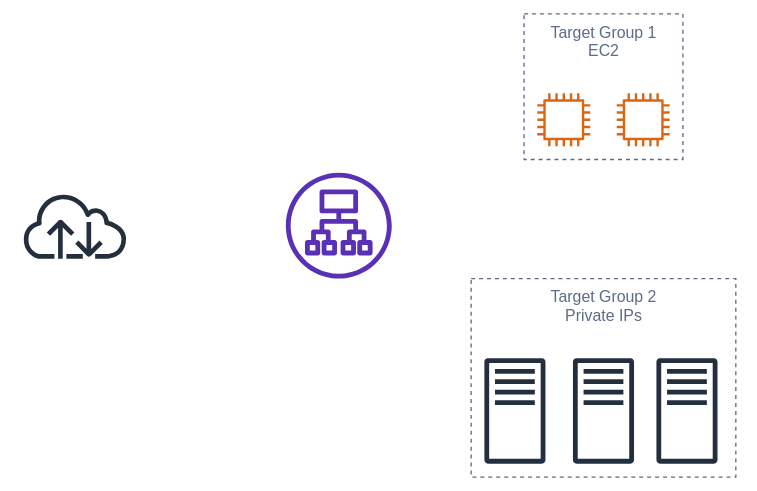
The draw.io diagram AWS/Untitled Diagram.svg in alexanderoneill/Obsidian, before a commit. Source tidied: cells renumbered, new cells last; positions are measured from the earlier drawing's top-left corner, leaving out a move shared by most shapes.
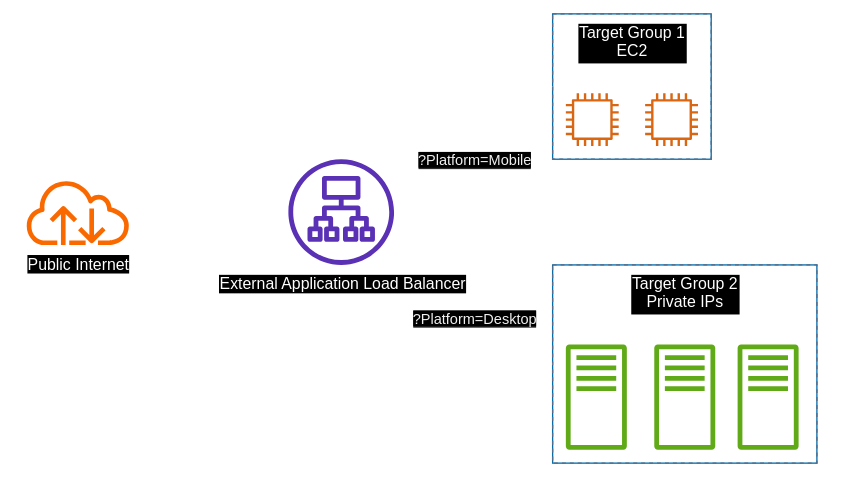
After the commit.

Commit message:
vault backup: 15.08.2023 - 09:28:43

Change to the diagram source:
```diff
@@ -2,35 +2,47 @@
   <root>
     <mxCell id="0" />
     <mxCell id="1" parent="0" />
-    <mxCell id="2" style="outlineConnect=0;fontColor=#232F3E;gradientColor=none;fillColor=#5A30B5;strokeColor=none;dashed=0;verticalLabelPosition=bottom;verticalAlign=top;align=center;html=1;fontSize=12;fontStyle=0;shape=mxgraph.aws4.application_load_balancer;" parent="1" vertex="1">
+    <mxCell id="2" value="&lt;font color=&quot;#ffffff&quot; style=&quot;background-color: rgb(0 , 0 , 0)&quot;&gt;External Application Load Balancer&lt;/font&gt;" style="outlineConnect=0;fontColor=#232F3E;gradientColor=none;fillColor=#5A30B5;strokeColor=none;dashed=0;verticalLabelPosition=bottom;verticalAlign=top;align=center;html=1;fontSize=12;fontStyle=0;shape=mxgraph.aws4.application_load_balancer;" parent="1" vertex="1">
       <mxGeometry x="200" y="120" width="80" height="80" as="geometry" />
     </mxCell>
-    <mxCell id="3" style="outlineConnect=0;fontColor=#232F3E;gradientColor=none;fillColor=#232F3E;strokeColor=none;dashed=0;verticalLabelPosition=bottom;verticalAlign=top;align=center;html=1;fontSize=12;fontStyle=0;shape=mxgraph.aws4.internet;" parent="1" vertex="1">
+    <mxCell id="3" value="&lt;font color=&quot;#ffffff&quot; style=&quot;background-color: rgb(0 , 0 , 0)&quot;&gt;Public Internet&lt;/font&gt;" style="outlineConnect=0;fontColor=#000000;fillColor=#fa6800;strokeColor=#C73500;dashed=0;verticalLabelPosition=bottom;verticalAlign=top;align=center;html=1;fontSize=12;fontStyle=0;shape=mxgraph.aws4.internet;" parent="1" vertex="1">
       <mxGeometry y="135" width="81.2" height="50" as="geometry" />
     </mxCell>
+    <mxCell id="8" style="group;strokeColor=#006EAF;fontColor=#ffffff;" parent="1" vertex="1">
+      <mxGeometry x="400" y="10" width="120" height="110" as="geometry" />
+    </mxCell>
+    <mxCell id="9" value="Target Group 1&#10;EC2" style="fillColor=none;strokeColor=#5A6C86;dashed=1;verticalAlign=top;fontStyle=0;labelBackgroundColor=#000000;fontColor=#FFFFFF;" parent="8" vertex="1">
+      <mxGeometry width="120" height="110" as="geometry" />
+    </mxCell>
+    <mxCell id="10" style="fontColor=#232F3E;gradientColor=none;fillColor=#D86613;strokeColor=none;dashed=0;verticalLabelPosition=bottom;verticalAlign=top;align=center;html=1;fontSize=12;fontStyle=0;shape=mxgraph.aws4.instance2;" parent="8" vertex="1">
+      <mxGeometry x="10" y="60" width="40" height="40" as="geometry" />
+    </mxCell>
+    <mxCell id="11" style="fontColor=#232F3E;gradientColor=none;fillColor=#D86613;strokeColor=none;dashed=0;verticalLabelPosition=bottom;verticalAlign=top;align=center;html=1;fontSize=12;fontStyle=0;shape=mxgraph.aws4.instance2;" parent="8" vertex="1">
+      <mxGeometry x="70" y="60" width="40" height="40" as="geometry" />
+    </mxCell>
+    <mxCell id="12" style="group;strokeColor=#006EAF;fontColor=#ffffff;" parent="1" vertex="1">
+      <mxGeometry x="400" y="200" width="200" height="150" as="geometry" />
+    </mxCell>
-    <mxCell id="4" value="Target Group 2&#10;Private IPs" style="fillColor=none;strokeColor=#5A6C86;dashed=1;verticalAlign=top;fontStyle=0;fontColor=#5A6C86;" parent="1" vertex="1">
-      <mxGeometry x="340" y="200" width="200" height="150" as="geometry" />
+    <mxCell id="4" value="Target Group 2&#10;Private IPs" style="fillColor=none;strokeColor=#5A6C86;dashed=1;verticalAlign=top;fontStyle=0;labelBackgroundColor=#000000;fontColor=#FFFFFF;" parent="12" vertex="1">
+      <mxGeometry width="200" height="150" as="geometry" />
     </mxCell>
-    <mxCell id="5" style="fontColor=#232F3E;gradientColor=none;fillColor=#232F3E;strokeColor=none;dashed=0;verticalLabelPosition=bottom;verticalAlign=top;align=center;html=1;fontSize=12;fontStyle=0;shape=mxgraph.aws4.traditional_server;" parent="1" vertex="1">
-      <mxGeometry x="350" y="260" width="46.1" height="80" as="geometry" />
+    <mxCell id="5" style="fontColor=#ffffff;fillColor=#60a917;strokeColor=#2D7600;dashed=0;verticalLabelPosition=bottom;verticalAlign=top;align=center;html=1;fontSize=12;fontStyle=0;shape=mxgraph.aws4.traditional_server;" parent="12" vertex="1">
+      <mxGeometry x="10" y="60" width="46.1" height="80" as="geometry" />
     </mxCell>
-    <mxCell id="6" style="fontColor=#232F3E;gradientColor=none;fillColor=#232F3E;strokeColor=none;dashed=0;verticalLabelPosition=bottom;verticalAlign=top;align=center;html=1;fontSize=12;fontStyle=0;shape=mxgraph.aws4.traditional_server;" parent="1" vertex="1">
-      <mxGeometry x="480" y="260" width="46.1" height="80" as="geometry" />
+    <mxCell id="6" style="fontColor=#ffffff;fillColor=#60a917;strokeColor=#2D7600;dashed=0;verticalLabelPosition=bottom;verticalAlign=top;align=center;html=1;fontSize=12;fontStyle=0;shape=mxgraph.aws4.traditional_server;" parent="12" vertex="1">
+      <mxGeometry x="140" y="60" width="46.1" height="80" as="geometry" />
     </mxCell>
-    <mxCell id="7" style="fontColor=#232F3E;gradientColor=none;fillColor=#232F3E;strokeColor=none;dashed=0;verticalLabelPosition=bottom;verticalAlign=top;align=center;html=1;fontSize=12;fontStyle=0;shape=mxgraph.aws4.traditional_server;" parent="1" vertex="1">
-      <mxGeometry x="416.9" y="260" width="46.1" height="80" as="geometry" />
+    <mxCell id="7" style="fontColor=#ffffff;fillColor=#60a917;strokeColor=#2D7600;dashed=0;verticalLabelPosition=bottom;verticalAlign=top;align=center;html=1;fontSize=12;fontStyle=0;shape=mxgraph.aws4.traditional_server;" parent="12" vertex="1">
+      <mxGeometry x="76.9" y="60" width="46.1" height="80" as="geometry" />
     </mxCell>
-    <mxCell id="8" style="group;" parent="1" vertex="1">
-      <mxGeometry x="380" width="120" height="110" as="geometry" />
-    </mxCell>
-    <mxCell id="9" value="Target Group 1&#10;EC2" style="fillColor=none;strokeColor=#5A6C86;dashed=1;verticalAlign=top;fontStyle=0;fontColor=#5A6C86;" parent="8" vertex="1">
-      <mxGeometry width="120" height="110" as="geometry" />
-    </mxCell>
-    <mxCell id="10" style="fontColor=#232F3E;gradientColor=none;fillColor=#D86613;strokeColor=none;dashed=0;verticalLabelPosition=bottom;verticalAlign=top;align=center;html=1;fontSize=12;fontStyle=0;shape=mxgraph.aws4.instance2;" parent="8" vertex="1">
-      <mxGeometry x="10" y="60" width="40" height="40" as="geometry" />
-    </mxCell>
-    <mxCell id="11" style="fontColor=#232F3E;gradientColor=none;fillColor=#D86613;strokeColor=none;dashed=0;verticalLabelPosition=bottom;verticalAlign=top;align=center;html=1;fontSize=12;fontStyle=0;shape=mxgraph.aws4.instance2;" parent="8" vertex="1">
-      <mxGeometry x="70" y="60" width="40" height="40" as="geometry" />
-    </mxCell>
+    <mxCell id="13" style="edgeStyle=orthogonalEdgeStyle;html=1;endArrow=block;elbow=vertical;startArrow=none;endFill=1;rounded=0;strokeColor=#FFFFFF;" parent="1" edge="1" source="3" target="2">
+      <mxGeometry relative="1" as="geometry" />
+    </mxCell>
+    <mxCell id="14" value="&lt;span style=&quot;background-color: rgb(0 , 0 , 0)&quot;&gt;?Platform=Mobile&lt;/span&gt;" style="edgeStyle=orthogonalEdgeStyle;html=1;endArrow=block;elbow=vertical;startArrow=none;endFill=1;rounded=0;entryX=0;entryY=0.5;entryDx=0;entryDy=0;strokeColor=#FFFFFF;" parent="1" edge="1" source="2" target="9">
+      <mxGeometry x="-0.07" relative="1" as="geometry" />
+    </mxCell>
+    <mxCell id="15" value="&lt;span style=&quot;background-color: rgb(0 , 0 , 0)&quot;&gt;?Platform=Desktop&lt;/span&gt;" style="edgeStyle=orthogonalEdgeStyle;html=1;endArrow=block;elbow=vertical;startArrow=none;endFill=1;rounded=0;entryX=0;entryY=0.5;entryDx=0;entryDy=0;strokeColor=#FFFFFF;" parent="1" edge="1" source="2" target="4">
+      <mxGeometry x="0.19" relative="1" as="geometry" />
+    </mxCell>
   </root>
 </mxGraphModel>
```
